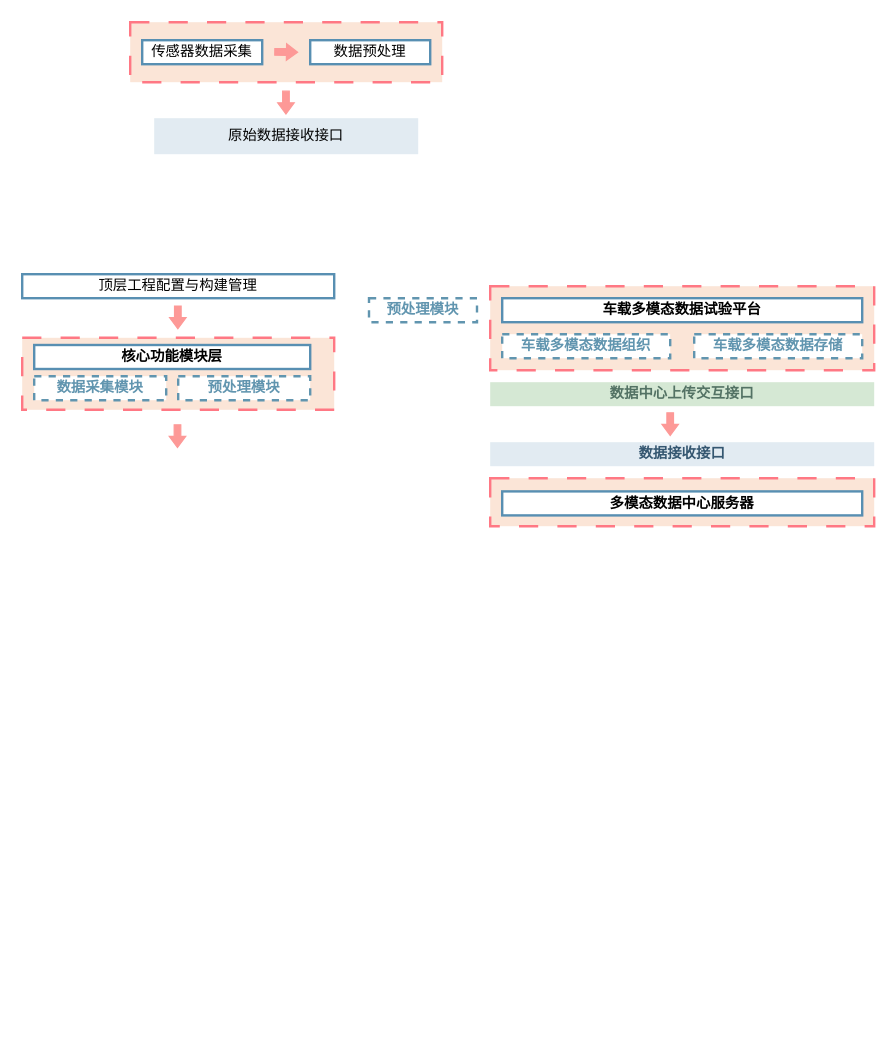
Earlier version of the draw.io diagram 未命名绘图.drawio (mmyy5533/draw.io). Source tidied: cells renumbered, new cells numbered last; positions are measured from the earlier drawing's top-left corner, leaving out a move shared by most shapes. Both pictures are drawn from the tidied source at 120%, with x=0, y=0 at pixel (22, 22).
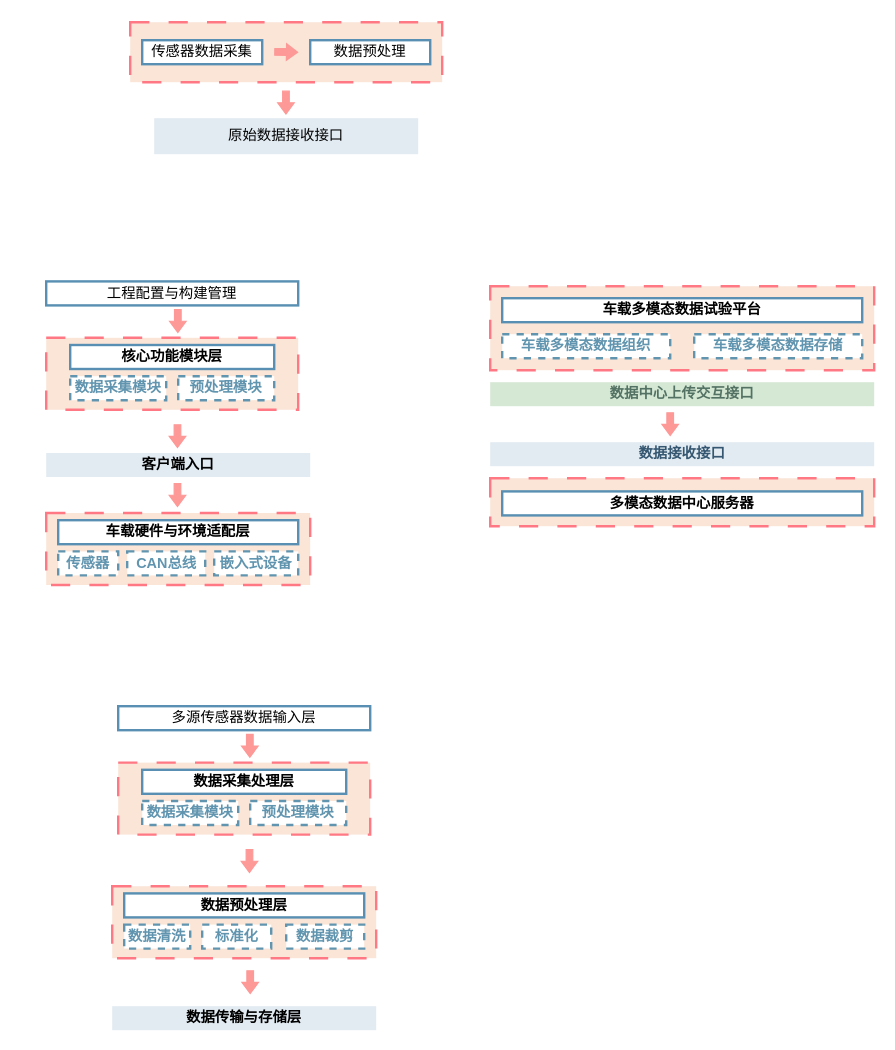
The same diagram, later.

Change to the diagram source:
```diff
@@
-    <mxCell id="4" value="顶层工程配置与构建管理" style="rounded=0;whiteSpace=wrap;html=1;strokeColor=#588FB2;strokeWidth=2;" parent="1" vertex="1">
-      <mxGeometry y="210" width="260" height="20" as="geometry" />
+    <mxCell id="4" value="工程配置与构建管理" style="rounded=0;whiteSpace=wrap;html=1;strokeColor=#588FB2;strokeWidth=2;" parent="1" vertex="1">
+      <mxGeometry x="20" y="216" width="210" height="20" as="geometry" />
     </mxCell>
@@
     <mxCell id="18" style="shape=flexArrow;endArrow=classic;html=1;rounded=0;width=5.517241379310345;endSize=2.7586206896551726;endWidth=7.2294887039239;fillColor=#FD9997;strokeColor=#FD9997;" parent="1" edge="1">
       <mxGeometry relative="1" as="geometry">
-        <mxPoint x="129.7" y="236" as="sourcePoint" />
-        <mxPoint x="129.7" y="256" as="targetPoint" />
+        <mxPoint x="129.7" y="239" as="sourcePoint" />
+        <mxPoint x="129.7" y="259" as="targetPoint" />
       </mxGeometry>
     </mxCell>
     <mxCell id="19" style="rounded=0;whiteSpace=wrap;html=1;dashed=1;dashPattern=8 8;strokeColor=#FF7884;fillColor=#FBE5D7;strokeWidth=2;" parent="1" vertex="1">
-      <mxGeometry y="263" width="260" height="60" as="geometry" />
+      <mxGeometry x="20" y="263" width="210" height="60" as="geometry" />
     </mxCell>
     <mxCell id="20" value="&lt;b&gt;核心功能模块层&lt;/b&gt;" style="rounded=0;whiteSpace=wrap;html=1;strokeColor=#588FB2;strokeWidth=2;" parent="1" vertex="1">
-      <mxGeometry x="10" y="269" width="230" height="20" as="geometry" />
+      <mxGeometry x="40" y="269" width="170" height="20" as="geometry" />
     </mxCell>
     <mxCell id="21" value="&lt;font color=&quot;#6195af&quot;&gt;&lt;b&gt;数据采集模块&lt;/b&gt;&lt;/font&gt;" style="rounded=0;whiteSpace=wrap;html=1;strokeColor=#6195AF;strokeWidth=2;dashed=1;" parent="1" vertex="1">
-      <mxGeometry x="10" y="295" width="110" height="20" as="geometry" />
+      <mxGeometry x="40" y="295" width="80" height="20" as="geometry" />
     </mxCell>
     <mxCell id="22" value="&lt;font color=&quot;#6195af&quot;&gt;&lt;b&gt;预处理模块&lt;/b&gt;&lt;/font&gt;" style="rounded=0;whiteSpace=wrap;html=1;strokeColor=#6195AF;strokeWidth=2;dashed=1;" parent="1" vertex="1">
-      <mxGeometry x="130" y="295" width="110" height="20" as="geometry" />
+      <mxGeometry x="130" y="295" width="80" height="20" as="geometry" />
     </mxCell>
+    <mxCell id="24" style="shape=flexArrow;endArrow=classic;html=1;rounded=0;width=5.517241379310345;endSize=2.7586206896551726;endWidth=7.2294887039239;fillColor=#FD9997;strokeColor=#FD9997;" parent="1" edge="1">
+      <mxGeometry relative="1" as="geometry">
+        <mxPoint x="129.4" y="335" as="sourcePoint" />
+        <mxPoint x="129.4" y="355" as="targetPoint" />
+      </mxGeometry>
+    </mxCell>
+    <mxCell id="25" value="&lt;b&gt;客户端入口&lt;/b&gt;" style="rounded=0;whiteSpace=wrap;html=1;strokeColor=none;fillColor=#E2EBF2;" parent="1" vertex="1">
+      <mxGeometry x="20" y="359" width="220" height="20" as="geometry" />
+    </mxCell>
+    <mxCell id="26" style="rounded=0;whiteSpace=wrap;html=1;dashed=1;dashPattern=8 8;strokeColor=#FF7884;fillColor=#FBE5D7;strokeWidth=2;" parent="1" vertex="1">
+      <mxGeometry x="20" y="409" width="220" height="60" as="geometry" />
+    </mxCell>
+    <mxCell id="27" value="&lt;b&gt;车载硬件与环境适配层&lt;/b&gt;" style="rounded=0;whiteSpace=wrap;html=1;strokeColor=#588FB2;strokeWidth=2;" parent="1" vertex="1">
+      <mxGeometry x="30" y="415" width="200" height="20" as="geometry" />
+    </mxCell>
+    <mxCell id="28" value="&lt;font color=&quot;#6195af&quot;&gt;&lt;b&gt;传感器&lt;/b&gt;&lt;/font&gt;" style="rounded=0;whiteSpace=wrap;html=1;strokeColor=#6195AF;strokeWidth=2;dashed=1;" parent="1" vertex="1">
+      <mxGeometry x="30" y="441" width="50" height="20" as="geometry" />
+    </mxCell>
+    <mxCell id="29" value="&lt;font color=&quot;#6195af&quot;&gt;&lt;b&gt;CAN总线&lt;/b&gt;&lt;/font&gt;" style="rounded=0;whiteSpace=wrap;html=1;strokeColor=#6195AF;strokeWidth=2;dashed=1;" parent="1" vertex="1">
+      <mxGeometry x="87.5" y="441" width="65" height="20" as="geometry" />
+    </mxCell>
+    <mxCell id="30" style="shape=flexArrow;endArrow=classic;html=1;rounded=0;width=5.517241379310345;endSize=2.7586206896551726;endWidth=7.2294887039239;fillColor=#FD9997;strokeColor=#FD9997;" parent="1" edge="1">
+      <mxGeometry relative="1" as="geometry">
+        <mxPoint x="129.4" y="384" as="sourcePoint" />
+        <mxPoint x="129.4" y="404" as="targetPoint" />
+      </mxGeometry>
+    </mxCell>
+    <mxCell id="31" value="&lt;font color=&quot;#6195af&quot;&gt;&lt;b&gt;嵌入式设备&lt;/b&gt;&lt;/font&gt;" style="rounded=0;whiteSpace=wrap;html=1;strokeColor=#6195AF;strokeWidth=2;dashed=1;" parent="1" vertex="1">
+      <mxGeometry x="160" y="441" width="70" height="20" as="geometry" />
+    </mxCell>
+    <mxCell id="32" value="多源传感器数据输入层" style="rounded=0;whiteSpace=wrap;html=1;strokeColor=#588FB2;strokeWidth=2;" parent="1" vertex="1">
+      <mxGeometry x="80" y="570" width="210" height="20" as="geometry" />
+    </mxCell>
+    <mxCell id="33" style="shape=flexArrow;endArrow=classic;html=1;rounded=0;width=5.517241379310345;endSize=2.7586206896551726;endWidth=7.2294887039239;fillColor=#FD9997;strokeColor=#FD9997;" parent="1" edge="1">
+      <mxGeometry relative="1" as="geometry">
+        <mxPoint x="189.7" y="593" as="sourcePoint" />
+        <mxPoint x="189.7" y="613" as="targetPoint" />
+      </mxGeometry>
+    </mxCell>
+    <mxCell id="34" style="rounded=0;whiteSpace=wrap;html=1;dashed=1;dashPattern=8 8;strokeColor=#FF7884;fillColor=#FBE5D7;strokeWidth=2;" parent="1" vertex="1">
+      <mxGeometry x="80" y="617" width="210" height="60" as="geometry" />
+    </mxCell>
+    <mxCell id="35" value="&lt;b&gt;数据采集处理层&lt;/b&gt;" style="rounded=0;whiteSpace=wrap;html=1;strokeColor=#588FB2;strokeWidth=2;" parent="1" vertex="1">
+      <mxGeometry x="100" y="623" width="170" height="20" as="geometry" />
+    </mxCell>
+    <mxCell id="36" value="&lt;font color=&quot;#6195af&quot;&gt;&lt;b&gt;数据采集模块&lt;/b&gt;&lt;/font&gt;" style="rounded=0;whiteSpace=wrap;html=1;strokeColor=#6195AF;strokeWidth=2;dashed=1;" parent="1" vertex="1">
+      <mxGeometry x="100" y="649" width="80" height="20" as="geometry" />
+    </mxCell>
     <mxCell id="23" value="&lt;font color=&quot;#6195af&quot;&gt;&lt;b&gt;预处理模块&lt;/b&gt;&lt;/font&gt;" style="rounded=0;whiteSpace=wrap;html=1;strokeColor=#6195AF;strokeWidth=2;dashed=1;" parent="1" vertex="1">
-      <mxGeometry x="289" y="230" width="90" height="20" as="geometry" />
+      <mxGeometry x="190" y="649" width="80" height="20" as="geometry" />
     </mxCell>
-    <mxCell id="24" style="shape=flexArrow;endArrow=classic;html=1;rounded=0;width=5.517241379310345;endSize=2.7586206896551726;endWidth=7.2294887039239;fillColor=#FD9997;strokeColor=#FD9997;" parent="1" edge="1">
-      <mxGeometry relative="1" as="geometry">
-        <mxPoint x="129.4" y="335" as="sourcePoint" />
-        <mxPoint x="129.4" y="355" as="targetPoint" />
-      </mxGeometry>
-    </mxCell>
+    <mxCell id="37" style="shape=flexArrow;endArrow=classic;html=1;rounded=0;width=5.517241379310345;endSize=2.7586206896551726;endWidth=7.2294887039239;fillColor=#FD9997;strokeColor=#FD9997;" parent="1" edge="1">
+      <mxGeometry relative="1" as="geometry">
+        <mxPoint x="189.4" y="689" as="sourcePoint" />
+        <mxPoint x="189.4" y="709" as="targetPoint" />
+      </mxGeometry>
+    </mxCell>
+    <mxCell id="38" value="&lt;b&gt;数据传输与存储层&lt;/b&gt;" style="rounded=0;whiteSpace=wrap;html=1;strokeColor=none;fillColor=#E2EBF2;" parent="1" vertex="1">
+      <mxGeometry x="75" y="820" width="220" height="20" as="geometry" />
+    </mxCell>
+    <mxCell id="39" style="rounded=0;whiteSpace=wrap;html=1;dashed=1;dashPattern=8 8;strokeColor=#FF7884;fillColor=#FBE5D7;strokeWidth=2;" parent="1" vertex="1">
+      <mxGeometry x="75" y="720" width="220" height="60" as="geometry" />
+    </mxCell>
+    <mxCell id="40" value="&lt;b&gt;数据预处理层&lt;/b&gt;" style="rounded=0;whiteSpace=wrap;html=1;strokeColor=#588FB2;strokeWidth=2;" parent="1" vertex="1">
+      <mxGeometry x="85" y="726" width="200" height="20" as="geometry" />
+    </mxCell>
+    <mxCell id="41" value="&lt;font color=&quot;#6195af&quot;&gt;&lt;b&gt;数据清洗&lt;/b&gt;&lt;/font&gt;" style="rounded=0;whiteSpace=wrap;html=1;strokeColor=#6195AF;strokeWidth=2;dashed=1;" parent="1" vertex="1">
+      <mxGeometry x="85" y="752" width="55" height="20" as="geometry" />
+    </mxCell>
+    <mxCell id="42" value="&lt;font color=&quot;#6195af&quot;&gt;&lt;b&gt;标准化&lt;/b&gt;&lt;/font&gt;" style="rounded=0;whiteSpace=wrap;html=1;strokeColor=#6195AF;strokeWidth=2;dashed=1;" parent="1" vertex="1">
+      <mxGeometry x="150" y="752" width="57.5" height="20" as="geometry" />
+    </mxCell>
+    <mxCell id="43" style="shape=flexArrow;endArrow=classic;html=1;rounded=0;width=5.517241379310345;endSize=2.7586206896551726;endWidth=7.2294887039239;fillColor=#FD9997;strokeColor=#FD9997;" parent="1" edge="1">
+      <mxGeometry relative="1" as="geometry">
+        <mxPoint x="190" y="790" as="sourcePoint" />
+        <mxPoint x="190" y="810" as="targetPoint" />
+      </mxGeometry>
+    </mxCell>
+    <mxCell id="44" value="&lt;font color=&quot;#6195af&quot;&gt;&lt;b&gt;数据裁剪&lt;/b&gt;&lt;/font&gt;" style="rounded=0;whiteSpace=wrap;html=1;strokeColor=#6195AF;strokeWidth=2;dashed=1;" parent="1" vertex="1">
+      <mxGeometry x="220" y="752" width="65" height="20" as="geometry" />
+    </mxCell>
```
